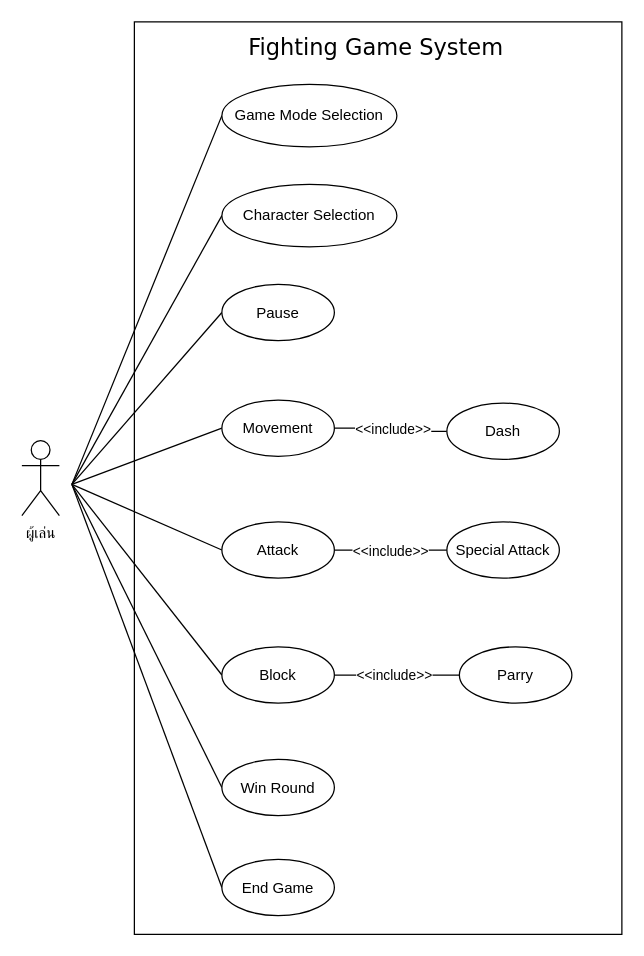
The draw.io diagram usecase_final.drawio in ItipatS/HoloArena, before the edit. Source tidied: cells renumbered, new cells numbered last; positions are measured from the earlier drawing's top-left corner, leaving out a move shared by most shapes. Both pictures are drawn from the tidied source at 125%, with x=0, y=0 at pixel (21, 21).
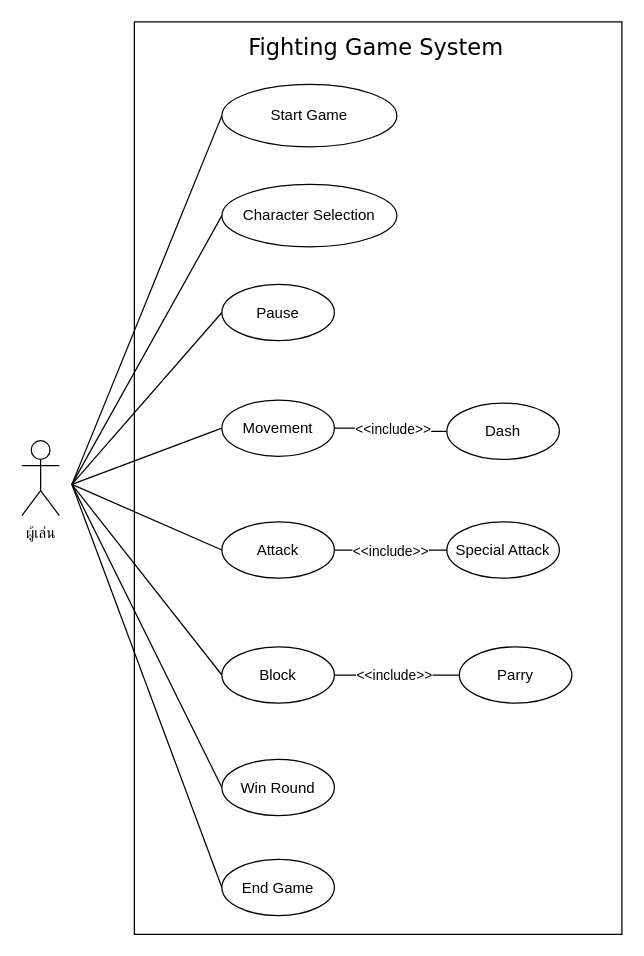
After the change.

Change to the diagram source:
```diff
@@
-    <mxCell id="8" value="Game Mode Selection" style="ellipse;whiteSpace=wrap;html=1;" parent="1" vertex="1">
+    <mxCell id="8" value="Start Game" style="ellipse;whiteSpace=wrap;html=1;" parent="1" vertex="1">
       <mxGeometry x="160" y="50" width="140" height="50" as="geometry" />
     </mxCell>
```
